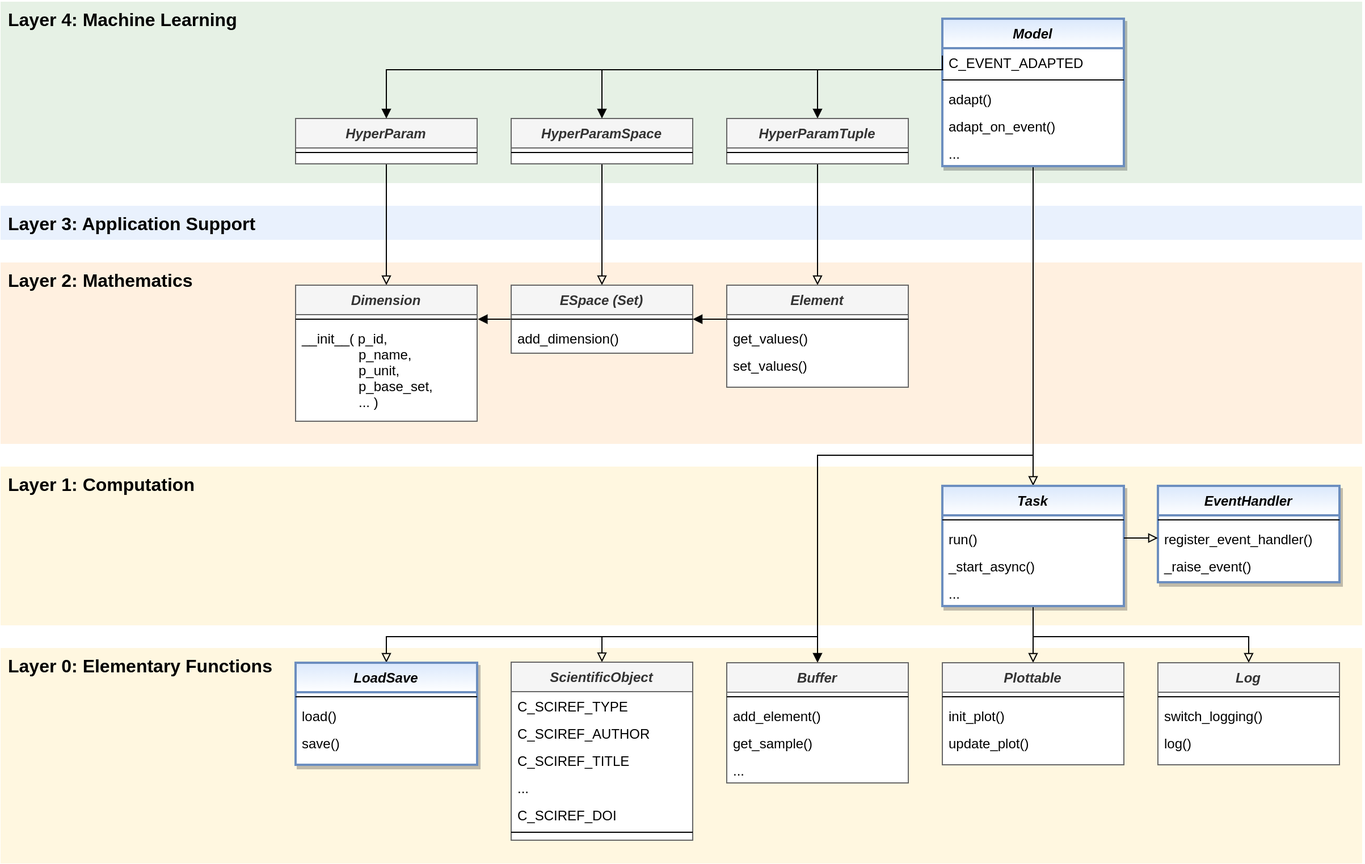
Above: doc/rtd/content/02_basic_functions/mlpro_bf/sub/layer4_machine_learning/images/MLPro-BF-ML-Model.drawio.png in fhswf/MLPro (draw.io), before the change. Source tidied: cells renumbered, new cells last; positions are measured from the earlier drawing's top-left corner, leaving out a move shared by most shapes.
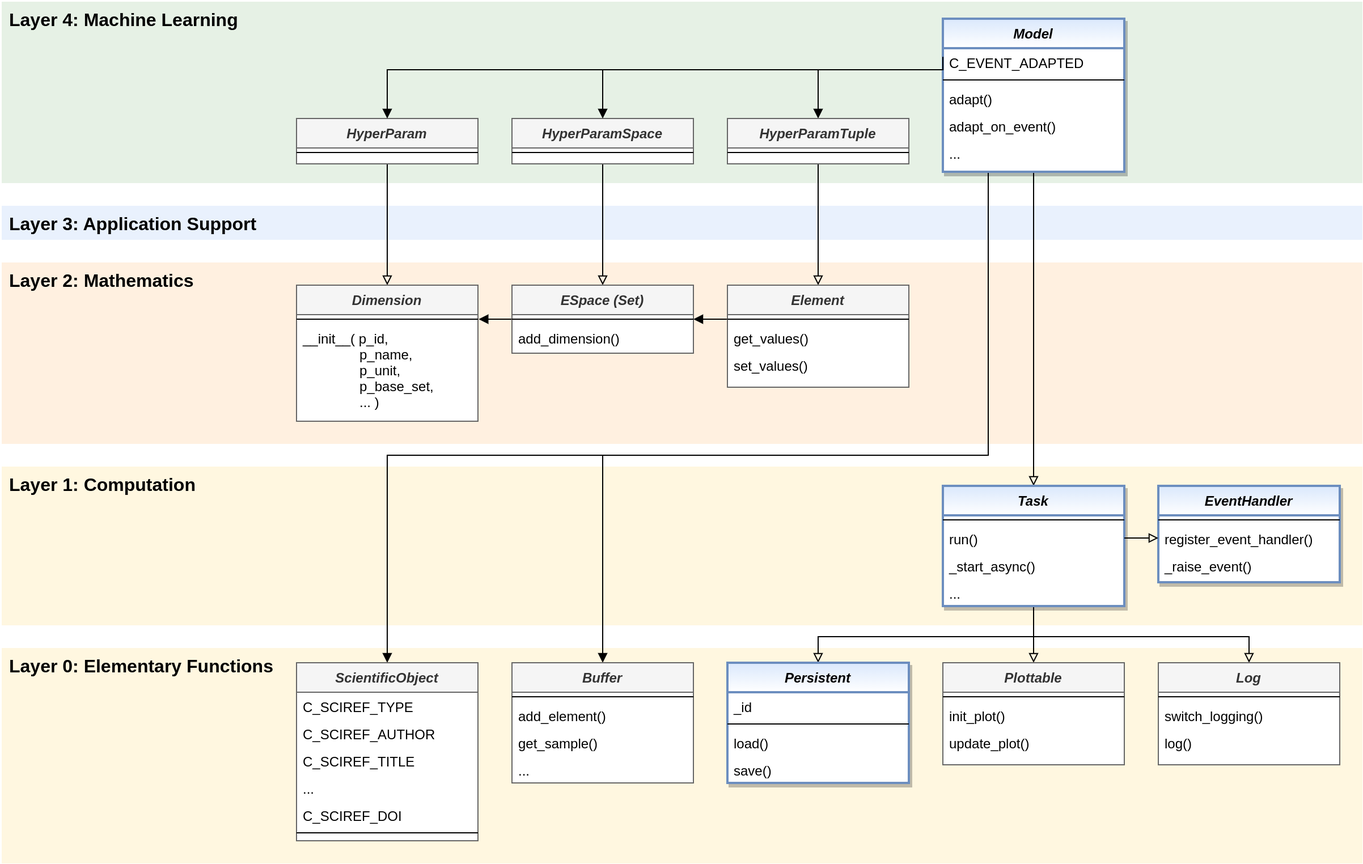
Above is the later version.

Change to the diagram source:
```diff
@@ -17,51 +17,39 @@
     <mxCell id="6" value="Layer 1: Computation" style="rounded=0;whiteSpace=wrap;html=1;shadow=0;glass=0;fontSize=16;align=left;labelPosition=center;verticalLabelPosition=middle;verticalAlign=top;spacingLeft=5;fontStyle=1;fillColor=#fff2cc;strokeColor=none;strokeWidth=1;gradientColor=none;opacity=60;" parent="1" vertex="1">
       <mxGeometry y="410" width="1200" height="140" as="geometry" />
     </mxCell>
-    <mxCell id="7" style="edgeStyle=orthogonalEdgeStyle;rounded=0;jettySize=auto;html=1;endArrow=block;endFill=0;entryX=0.5;entryY=0;entryDx=0;entryDy=0;" parent="1" edge="1" source="12" target="29">
-      <mxGeometry relative="1" as="geometry">
-        <Array as="points">
-          <mxPoint x="910" y="400" />
-          <mxPoint x="720" y="400" />
-          <mxPoint x="720" y="560" />
-          <mxPoint x="340" y="560" />
-        </Array>
-      </mxGeometry>
-    </mxCell>
+    <mxCell id="10" style="edgeStyle=orthogonalEdgeStyle;rounded=0;jettySize=auto;html=1;endArrow=block;endFill=0;" parent="1" edge="1" source="12" target="20">
+      <mxGeometry relative="1" as="geometry">
+        <Array as="points">
+          <mxPoint x="910" y="250" />
+          <mxPoint x="910" y="250" />
+        </Array>
+      </mxGeometry>
+    </mxCell>
+    <mxCell id="11" style="edgeStyle=orthogonalEdgeStyle;rounded=0;jettySize=auto;html=1;entryX=0.5;entryY=0;entryDx=0;entryDy=0;endArrow=block;endFill=1;" parent="1" edge="1" source="12" target="70">
+      <mxGeometry relative="1" as="geometry">
+        <Array as="points">
+          <mxPoint x="720" y="60" />
+        </Array>
+      </mxGeometry>
+    </mxCell>
-    <mxCell id="8" style="edgeStyle=orthogonalEdgeStyle;rounded=0;jettySize=auto;html=1;endArrow=block;endFill=1;" parent="1" edge="1" source="12" target="41">
+    <mxCell id="8" style="edgeStyle=orthogonalEdgeStyle;rounded=0;jettySize=auto;html=1;entryX=0.5;entryY=0;entryDx=0;entryDy=0;endArrow=block;endFill=1;exitX=0.25;exitY=1;exitDx=0;exitDy=0;" parent="1" edge="1" source="12" target="41">
       <mxGeometry relative="1" as="geometry">
         <Array as="points">
-          <mxPoint x="910" y="400" />
-          <mxPoint x="720" y="400" />
+          <mxPoint x="870" y="400" />
+          <mxPoint x="530" y="400" />
         </Array>
       </mxGeometry>
     </mxCell>
-    <mxCell id="9" style="edgeStyle=orthogonalEdgeStyle;rounded=0;jettySize=auto;html=1;entryX=0.5;entryY=0;entryDx=0;entryDy=0;endArrow=block;endFill=0;" parent="1" edge="1" source="12" target="61">
+    <mxCell id="9" style="edgeStyle=orthogonalEdgeStyle;rounded=0;jettySize=auto;html=1;endArrow=block;endFill=1;" parent="1" edge="1" source="12" target="61">
       <mxGeometry relative="1" as="geometry">
         <Array as="points">
-          <mxPoint x="910" y="400" />
-          <mxPoint x="720" y="400" />
-          <mxPoint x="720" y="560" />
-          <mxPoint x="530" y="560" />
+          <mxPoint x="870" y="400" />
+          <mxPoint x="340" y="400" />
         </Array>
       </mxGeometry>
     </mxCell>
-    <mxCell id="10" style="edgeStyle=orthogonalEdgeStyle;rounded=0;jettySize=auto;html=1;endArrow=block;endFill=0;" parent="1" edge="1" source="12" target="20">
-      <mxGeometry relative="1" as="geometry">
-        <Array as="points">
-          <mxPoint x="910" y="250" />
-          <mxPoint x="910" y="250" />
-        </Array>
-      </mxGeometry>
-    </mxCell>
-    <mxCell id="11" style="edgeStyle=orthogonalEdgeStyle;rounded=0;jettySize=auto;html=1;entryX=0.5;entryY=0;entryDx=0;entryDy=0;endArrow=block;endFill=1;" parent="1" edge="1" source="12" target="70">
-      <mxGeometry relative="1" as="geometry">
-        <Array as="points">
-          <mxPoint x="720" y="60" />
-        </Array>
-      </mxGeometry>
-    </mxCell>
     <mxCell id="12" value="Model" style="swimlane;fontStyle=3;align=center;verticalAlign=top;horizontal=1;startSize=26;rounded=0;shadow=1;strokeWidth=2;fillColor=#dae8fc;strokeColor=#6c8ebf;gradientColor=#ffffff;swimlaneFillColor=#ffffff;" parent="1" vertex="1">
-      <mxGeometry x="830" y="15" width="160" height="130" as="geometry" />
+      <mxGeometry x="830" y="15" width="160" height="135" as="geometry" />
     </mxCell>
     <mxCell id="13" value="C_EVENT_ADAPTED" style="text;align=left;verticalAlign=top;spacingLeft=4;spacingRight=4;overflow=hidden;" parent="12" vertex="1">
       <mxGeometry y="26" width="160" height="24" as="geometry" />
@@ -89,6 +77,14 @@
         </Array>
       </mxGeometry>
     </mxCell>
+    <mxCell id="77" style="edgeStyle=orthogonalEdgeStyle;rounded=0;jettySize=auto;html=1;endArrow=block;endFill=0;" parent="1" edge="1" source="20" target="29">
+      <mxGeometry relative="1" as="geometry">
+        <Array as="points">
+          <mxPoint x="910" y="560" />
+          <mxPoint x="720" y="560" />
+        </Array>
+      </mxGeometry>
+    </mxCell>
     <mxCell id="20" value="Task" style="swimlane;fontStyle=3;align=center;verticalAlign=top;horizontal=1;startSize=26;rounded=0;shadow=1;strokeWidth=2;fillColor=#dae8fc;strokeColor=#6c8ebf;gradientColor=#ffffff;swimlaneFillColor=#ffffff;" parent="1" vertex="1">
       <mxGeometry x="830" y="427" width="160" height="106" as="geometry" />
     </mxCell>
@@ -116,17 +112,20 @@
     <mxCell id="28" value="_raise_event()" style="text;align=left;verticalAlign=top;spacingLeft=4;spacingRight=4;overflow=hidden;" parent="25" vertex="1">
       <mxGeometry y="58" width="160" height="24" as="geometry" />
     </mxCell>
-    <mxCell id="29" value="LoadSave" style="swimlane;fontStyle=3;align=center;verticalAlign=top;horizontal=1;startSize=26;rounded=0;shadow=1;strokeWidth=2;fillColor=#dae8fc;strokeColor=#6c8ebf;gradientColor=#ffffff;swimlaneFillColor=#ffffff;" parent="1" vertex="1">
-      <mxGeometry x="260" y="583" width="160" height="90" as="geometry" />
+    <mxCell id="29" value="Persistent" style="swimlane;fontStyle=3;align=center;verticalAlign=top;horizontal=1;startSize=26;rounded=0;shadow=1;strokeWidth=2;fillColor=#dae8fc;strokeColor=#6c8ebf;gradientColor=#ffffff;swimlaneFillColor=#ffffff;" parent="1" vertex="1">
+      <mxGeometry x="640" y="583" width="160" height="106" as="geometry" />
     </mxCell>
+    <mxCell id="78" value="_id" style="text;align=left;verticalAlign=top;spacingLeft=4;spacingRight=4;overflow=hidden;" parent="29" vertex="1">
+      <mxGeometry y="26" width="160" height="24" as="geometry" />
+    </mxCell>
     <mxCell id="30" style="line;html=1;strokeWidth=1;align=left;verticalAlign=middle;spacingTop=-1;spacingLeft=3;spacingRight=3;labelPosition=right;" parent="29" vertex="1">
-      <mxGeometry y="26" width="160" height="8" as="geometry" />
+      <mxGeometry y="50" width="160" height="8" as="geometry" />
     </mxCell>
     <mxCell id="31" value="load()" style="text;align=left;verticalAlign=top;spacingLeft=4;spacingRight=4;overflow=hidden;" parent="29" vertex="1">
-      <mxGeometry y="34" width="160" height="24" as="geometry" />
+      <mxGeometry y="58" width="160" height="24" as="geometry" />
     </mxCell>
     <mxCell id="32" value="save()" style="text;align=left;verticalAlign=top;spacingLeft=4;spacingRight=4;overflow=hidden;" parent="29" vertex="1">
-      <mxGeometry y="58" width="160" height="24" as="geometry" />
+      <mxGeometry y="82" width="160" height="24" as="geometry" />
     </mxCell>
     <mxCell id="33" value="Log" style="swimlane;fontStyle=3;align=center;verticalAlign=top;horizontal=1;startSize=26;rounded=0;shadow=0;strokeWidth=1;fillColor=#f5f5f5;strokeColor=#666666;swimlaneFillColor=#ffffff;fontColor=#333333;" parent="1" vertex="1">
       <mxGeometry x="1020" y="583" width="160" height="90" as="geometry" />
@@ -153,7 +152,7 @@
       <mxGeometry y="58" width="160" height="24" as="geometry" />
     </mxCell>
     <mxCell id="41" value="Buffer" style="swimlane;fontStyle=3;align=center;verticalAlign=top;horizontal=1;startSize=26;rounded=0;shadow=0;strokeWidth=1;fillColor=#f5f5f5;strokeColor=#666666;swimlaneFillColor=#ffffff;fontColor=#333333;" parent="1" vertex="1">
-      <mxGeometry x="640" y="583" width="160" height="106" as="geometry" />
+      <mxGeometry x="450" y="583" width="160" height="106" as="geometry" />
     </mxCell>
     <mxCell id="42" style="line;html=1;strokeWidth=1;align=left;verticalAlign=middle;spacingTop=-1;spacingLeft=3;spacingRight=3;labelPosition=right;" parent="41" vertex="1">
       <mxGeometry y="26" width="160" height="8" as="geometry" />
@@ -223,7 +222,7 @@
       </mxGeometry>
     </mxCell>
     <mxCell id="61" value="ScientificObject" style="swimlane;fontStyle=3;align=center;verticalAlign=top;horizontal=1;startSize=26;rounded=0;shadow=0;strokeWidth=1;fillColor=#f5f5f5;strokeColor=#666666;swimlaneFillColor=#ffffff;fontColor=#333333;" parent="1" vertex="1">
-      <mxGeometry x="450" y="582.5" width="160" height="157" as="geometry" />
+      <mxGeometry x="260" y="583" width="160" height="157" as="geometry" />
     </mxCell>
     <mxCell id="62" value="C_SCIREF_TYPE" style="text;align=left;verticalAlign=top;spacingLeft=4;spacingRight=4;overflow=hidden;" parent="61" vertex="1">
       <mxGeometry y="26" width="160" height="24" as="geometry" />
```
